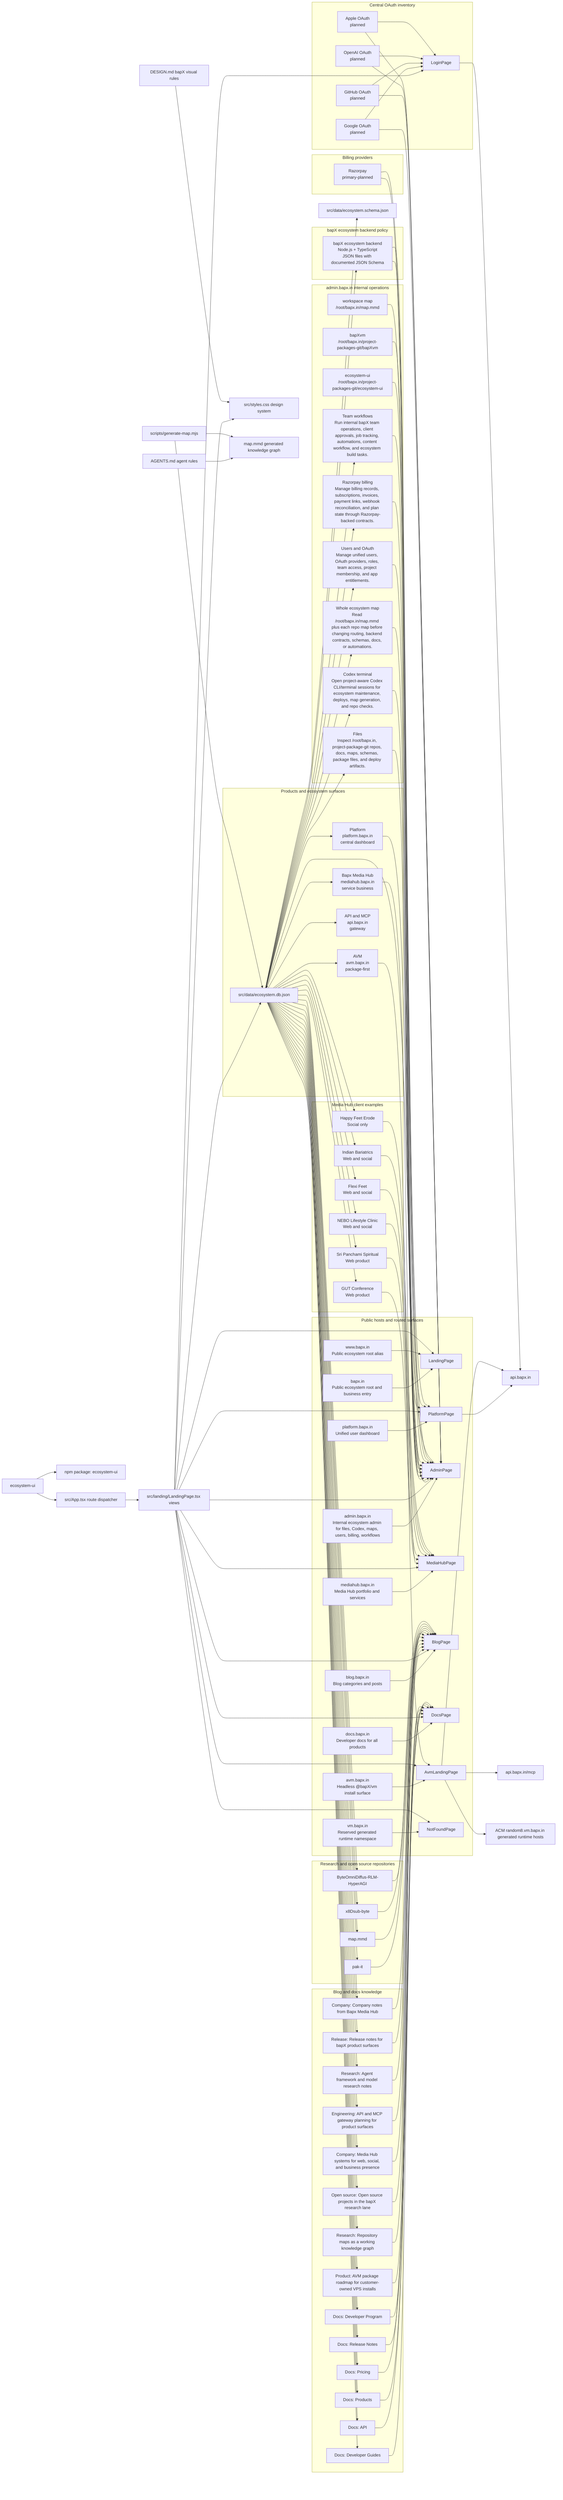
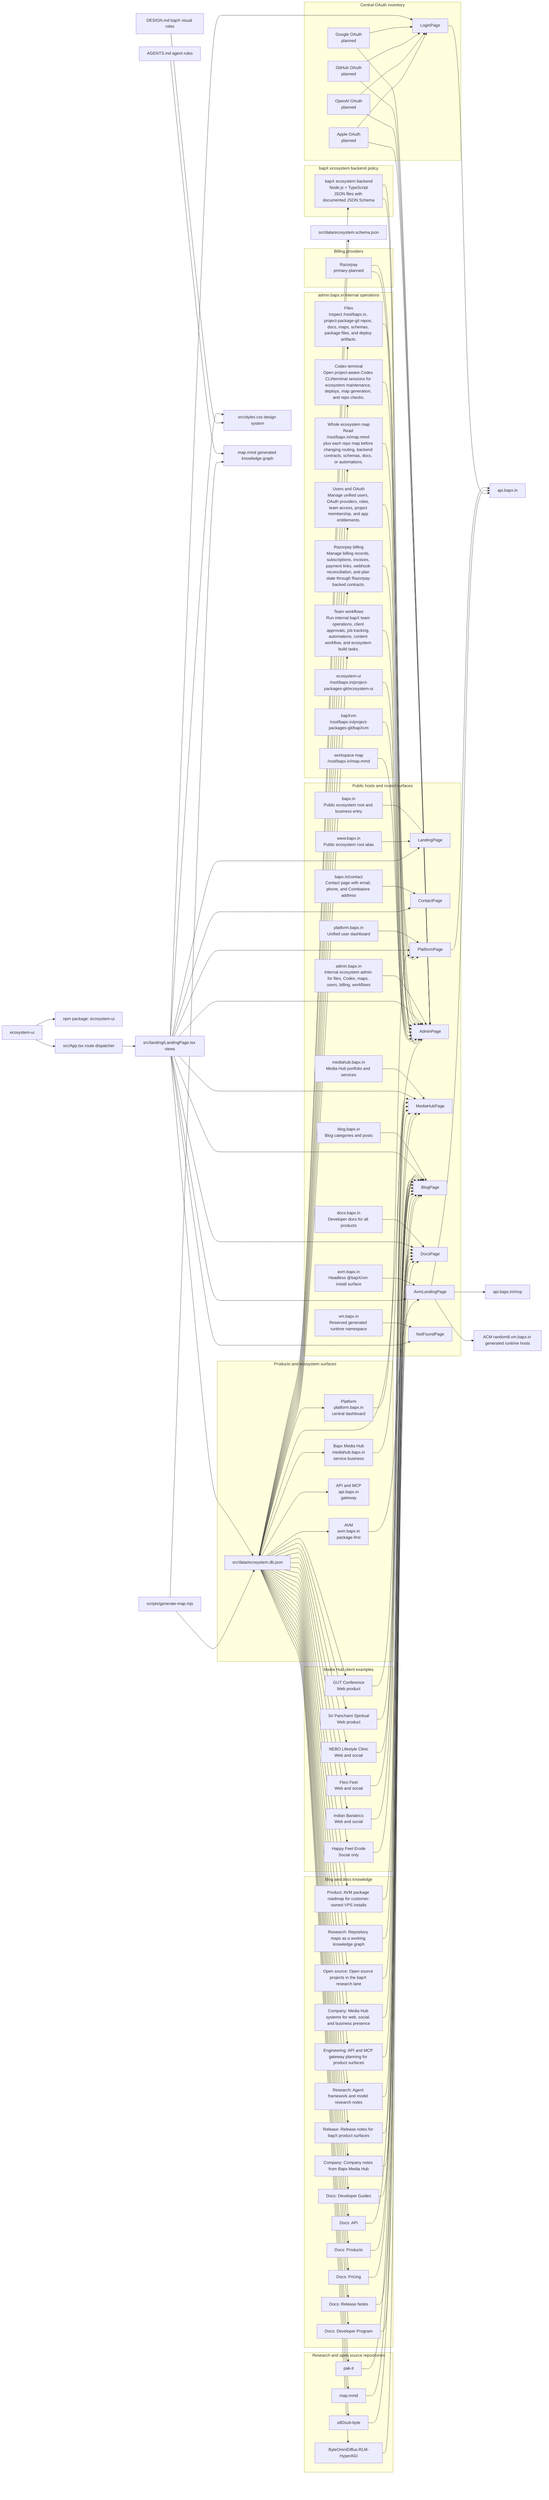
flowchart LR
  Repo["ecosystem-ui"]
  Package["npm package: ecosystem-ui"]
  App["src/App.tsx route dispatcher"]
  Landing["src/landing/LandingPage.tsx views"]
  Styles["src/styles.css design system"]
  Design["DESIGN.md bapX visual rules"]
  Agents["AGENTS.md agent rules"]
  Data["src/data/ecosystem.db.json"]
  Schema["src/data/ecosystem.schema.json"]
  MapGen["scripts/generate-map.mjs"]
  Map["map.mmd generated knowledge graph"]
  Repo --> Package
  Repo --> App
  App --> Landing
  Landing --> Styles
  Landing --> Data
  Data --> Schema
  Design --> Styles
  Agents --> Map
  MapGen --> Map
  MapGen --> Data

  subgraph Hosts["Public hosts and routed surfaces"]
    Host_bapx_in["bapx.in<br/>Public ecosystem root and business entry"]
    Host_bapx_in --> LandingPage
+     Host_bapx_in_contact["bapx.in/contact<br/>Contact page with email, phone, and Coimbatore address"]
+     Host_bapx_in_contact --> ContactPage
    Host_www_bapx_in["www.bapx.in<br/>Public ecosystem root alias"]
    Host_www_bapx_in --> LandingPage
    Host_platform_bapx_in["platform.bapx.in<br/>Unified user dashboard"]
    Host_platform_bapx_in --> PlatformPage
    Host_admin_bapx_in["admin.bapx.in<br/>Internal ecosystem admin for files, Codex, maps, users, billing, workflows"]
    Host_admin_bapx_in --> AdminPage
    Host_mediahub_bapx_in["mediahub.bapx.in<br/>Media Hub portfolio and services"]
    Host_mediahub_bapx_in --> MediaHubPage
    Host_blog_bapx_in["blog.bapx.in<br/>Blog categories and posts"]
    Host_blog_bapx_in --> BlogPage
    Host_docs_bapx_in["docs.bapx.in<br/>Developer docs for all products"]
    Host_docs_bapx_in --> DocsPage
    Host_avm_bapx_in["avm.bapx.in<br/>Headless @bapX/vm install surface"]
    Host_avm_bapx_in --> AvmLandingPage
    Host_vm_bapx_in["vm.bapx.in<br/>Reserved generated runtime namespace"]
    Host_vm_bapx_in --> NotFoundPage
  end

  Landing --> LandingPage["LandingPage"]
  Landing --> PlatformPage["PlatformPage"]
  Landing --> AdminPage["AdminPage"]
+   Landing --> ContactPage["ContactPage"]
  Landing --> LoginPage["LoginPage"]
  Landing --> MediaHubPage["MediaHubPage"]
  Landing --> BlogPage["BlogPage"]
  Landing --> DocsPage["DocsPage"]
  Landing --> AvmLandingPage["AvmLandingPage"]
  Landing --> NotFoundPage["NotFoundPage"]

  subgraph Products["Products and ecosystem surfaces"]
    Product_platform["Platform<br/>platform.bapx.in<br/>central dashboard"]
    Data --> Product_platform
    Product_platform --> PlatformPage
    Product_avm["AVM<br/>avm.bapx.in<br/>package-first"]
    Data --> Product_avm
    Product_avm --> AvmLandingPage
    Product_mediahub["Bapx Media Hub<br/>mediahub.bapx.in<br/>service business"]
    Data --> Product_mediahub
    Product_mediahub --> MediaHubPage
    Product_api["API and MCP<br/>api.bapx.in<br/>gateway"]
    Data --> Product_api
  end

  subgraph AdminOps["admin.bapx.in internal operations"]
    AdminPanel_files["Files<br/>Inspect /root/bapx.in, project-package-git repos, docs, maps, schemas, package files, and deploy artifacts."]
    Data --> AdminPanel_files
    AdminPanel_files --> AdminPage
    AdminPanel_codex_terminal["Codex terminal<br/>Open project-aware Codex CLI/terminal sessions for ecosystem maintenance, deploys, map generation, and repo checks."]
    Data --> AdminPanel_codex_terminal
    AdminPanel_codex_terminal --> AdminPage
    AdminPanel_whole_ecosystem_map["Whole ecosystem map<br/>Read /root/bapx.in/map.mmd plus each repo map before changing routing, backend contracts, schemas, docs, or automations."]
    Data --> AdminPanel_whole_ecosystem_map
    AdminPanel_whole_ecosystem_map --> AdminPage
    AdminPanel_users_and_oauth["Users and OAuth<br/>Manage unified users, OAuth providers, roles, team access, project membership, and app entitlements."]
    Data --> AdminPanel_users_and_oauth
    AdminPanel_users_and_oauth --> AdminPage
    AdminPanel_razorpay_billing["Razorpay billing<br/>Manage billing records, subscriptions, invoices, payment links, webhook reconciliation, and plan state through Razorpay-backed contracts."]
    Data --> AdminPanel_razorpay_billing
    AdminPanel_razorpay_billing --> AdminPage
    AdminPanel_team_workflows["Team workflows<br/>Run internal bapX team operations, client approvals, job tracking, automations, content workflow, and ecosystem build tasks."]
    Data --> AdminPanel_team_workflows
    AdminPanel_team_workflows --> AdminPage
    WorkspaceProject_ecosystem_ui["ecosystem-ui<br/>/root/bapx.in/project-packages-git/ecosystem-ui"]
    WorkspaceProject_ecosystem_ui --> AdminPage
    WorkspaceProject_bapxvm["bapXvm<br/>/root/bapx.in/project-packages-git/bapXvm"]
    WorkspaceProject_bapxvm --> AdminPage
    WorkspaceProject_workspace_map["workspace map<br/>/root/bapx.in/map.mmd"]
    WorkspaceProject_workspace_map --> AdminPage
  end

  subgraph BackendPolicy["bapX ecosystem backend policy"]
    EcosystemBackend["bapX ecosystem backend<br/>Node.js + TypeScript<br/>JSON files with documented JSON Schema"]
    EcosystemBackend --> AdminPage
    EcosystemBackend --> PlatformPage
    Data --> EcosystemBackend
  end

  subgraph Billing["Billing providers"]
    Billing_razorpay["Razorpay<br/>primary-planned"]
    Billing_razorpay --> AdminPage
    Billing_razorpay --> PlatformPage
  end

  subgraph Auth["Central OAuth inventory"]
    OAuth_google["Google OAuth<br/>planned"]
    OAuth_google --> AdminPage
    OAuth_google --> LoginPage
    OAuth_github["GitHub OAuth<br/>planned"]
    OAuth_github --> AdminPage
    OAuth_github --> LoginPage
    OAuth_openai["OpenAI OAuth<br/>planned"]
    OAuth_openai --> AdminPage
    OAuth_openai --> LoginPage
    OAuth_apple["Apple OAuth<br/>planned"]
    OAuth_apple --> AdminPage
    OAuth_apple --> LoginPage
  end

  subgraph BlogDocs["Blog and docs knowledge"]
    Blog_avm_package_roadmap_for_customer_owned_vps_installs["Product: AVM package roadmap for customer-owned VPS installs"]
    Data --> Blog_avm_package_roadmap_for_customer_owned_vps_installs
    Blog_avm_package_roadmap_for_customer_owned_vps_installs --> BlogPage
    Blog_repository_maps_as_a_working_knowledge_graph["Research: Repository maps as a working knowledge graph"]
    Data --> Blog_repository_maps_as_a_working_knowledge_graph
    Blog_repository_maps_as_a_working_knowledge_graph --> BlogPage
    Blog_open_source_projects_in_the_bapx_research_lane["Open source: Open source projects in the bapX research lane"]
    Data --> Blog_open_source_projects_in_the_bapx_research_lane
    Blog_open_source_projects_in_the_bapx_research_lane --> BlogPage
    Blog_media_hub_systems_for_web_social_and_business_presence["Company: Media Hub systems for web, social, and business presence"]
    Data --> Blog_media_hub_systems_for_web_social_and_business_presence
    Blog_media_hub_systems_for_web_social_and_business_presence --> BlogPage
    Blog_api_and_mcp_gateway_planning_for_product_surfaces["Engineering: API and MCP gateway planning for product surfaces"]
    Data --> Blog_api_and_mcp_gateway_planning_for_product_surfaces
    Blog_api_and_mcp_gateway_planning_for_product_surfaces --> BlogPage
    Blog_agent_framework_and_model_research_notes["Research: Agent framework and model research notes"]
    Data --> Blog_agent_framework_and_model_research_notes
    Blog_agent_framework_and_model_research_notes --> BlogPage
    Blog_release_notes_for_bapx_product_surfaces["Release: Release notes for bapX product surfaces"]
    Data --> Blog_release_notes_for_bapx_product_surfaces
    Blog_release_notes_for_bapx_product_surfaces --> BlogPage
    Blog_company_notes_from_bapx_media_hub["Company: Company notes from Bapx Media Hub"]
    Data --> Blog_company_notes_from_bapx_media_hub
    Blog_company_notes_from_bapx_media_hub --> BlogPage
    Docs_developer_guides["Docs: Developer Guides"]
    Data --> Docs_developer_guides
    Docs_developer_guides --> DocsPage
    Docs_api["Docs: API"]
    Data --> Docs_api
    Docs_api --> DocsPage
    Docs_products["Docs: Products"]
    Data --> Docs_products
    Docs_products --> DocsPage
    Docs_pricing["Docs: Pricing"]
    Data --> Docs_pricing
    Docs_pricing --> DocsPage
    Docs_release_notes["Docs: Release Notes"]
    Data --> Docs_release_notes
    Docs_release_notes --> DocsPage
    Docs_developer_program["Docs: Developer Program"]
    Data --> Docs_developer_program
    Docs_developer_program --> DocsPage
  end

  subgraph MediaHub["Media Hub client examples"]
    Client_gut_conference["GUT Conference<br/>Web product"]
    Data --> Client_gut_conference
    Client_gut_conference --> MediaHubPage
    Client_sri_panchami_spiritual["Sri Panchami Spiritual<br/>Web product"]
    Data --> Client_sri_panchami_spiritual
    Client_sri_panchami_spiritual --> MediaHubPage
    Client_nebo_lifestyle_clinic["NEBO Lifestyle Clinic<br/>Web and social"]
    Data --> Client_nebo_lifestyle_clinic
    Client_nebo_lifestyle_clinic --> MediaHubPage
    Client_flexi_feet["Flexi Feet<br/>Web and social"]
    Data --> Client_flexi_feet
    Client_flexi_feet --> MediaHubPage
    Client_indian_bariatrics["Indian Bariatrics<br/>Web and social"]
    Data --> Client_indian_bariatrics
    Client_indian_bariatrics --> MediaHubPage
    Client_happy_feet_erode["Happy Feet Erode<br/>Social only"]
    Data --> Client_happy_feet_erode
    Client_happy_feet_erode --> MediaHubPage
  end

  subgraph OpenSource["Research and open source repositories"]
    Repo_pak_it["pak-it"]
    Data --> Repo_pak_it
    Repo_pak_it --> BlogPage
    Repo_map_mmd["map.mmd"]
    Data --> Repo_map_mmd
    Repo_map_mmd --> BlogPage
    Repo_x8dsub_byte["x8Dsub-byte"]
    Data --> Repo_x8dsub_byte
    Repo_x8dsub_byte --> BlogPage
    Repo_byteomnidiffus_rlm_hyperagi["ByteOmniDiffus-RLM-HyperAGI"]
    Data --> Repo_byteomnidiffus_rlm_hyperagi
    Repo_byteomnidiffus_rlm_hyperagi --> BlogPage
  end


  ApiGateway["api.bapx.in"]
  McpGateway["api.bapx.in/mcp"]
  AvmRuntime["ACM random8.vm.bapx.in generated runtime hosts"]
  PlatformPage --> ApiGateway
  AdminPage --> Data
  AvmLandingPage --> ApiGateway
  AvmLandingPage --> McpGateway
  AvmLandingPage --> AvmRuntime
  LoginPage --> ApiGateway

